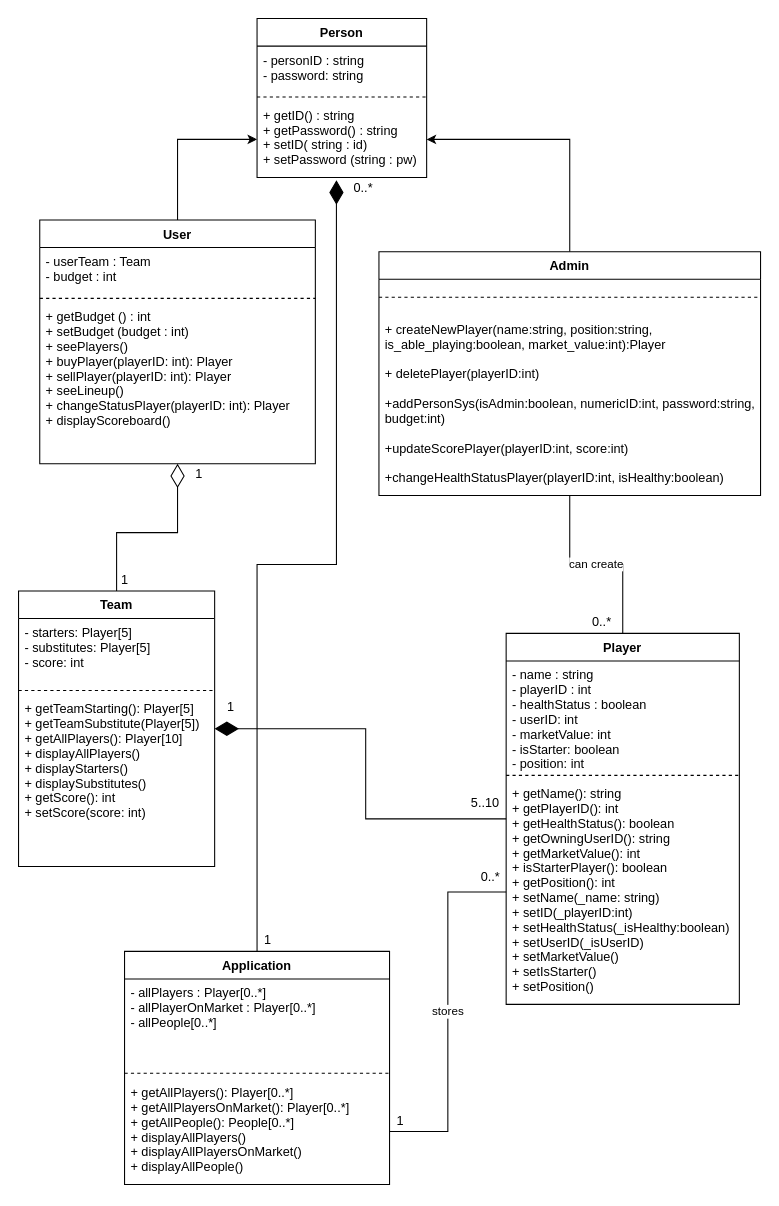
Earlier version of the draw.io diagram docs/Fantasy_league.drawio (SemjonEschweiler/fantasy_league). Source tidied: cells renumbered, new cells numbered last; positions are measured from the earlier drawing's top-left corner, leaving out a move shared by most shapes. Both pictures are drawn from the tidied source at 106%, with x=0, y=0 at pixel (18, 18).
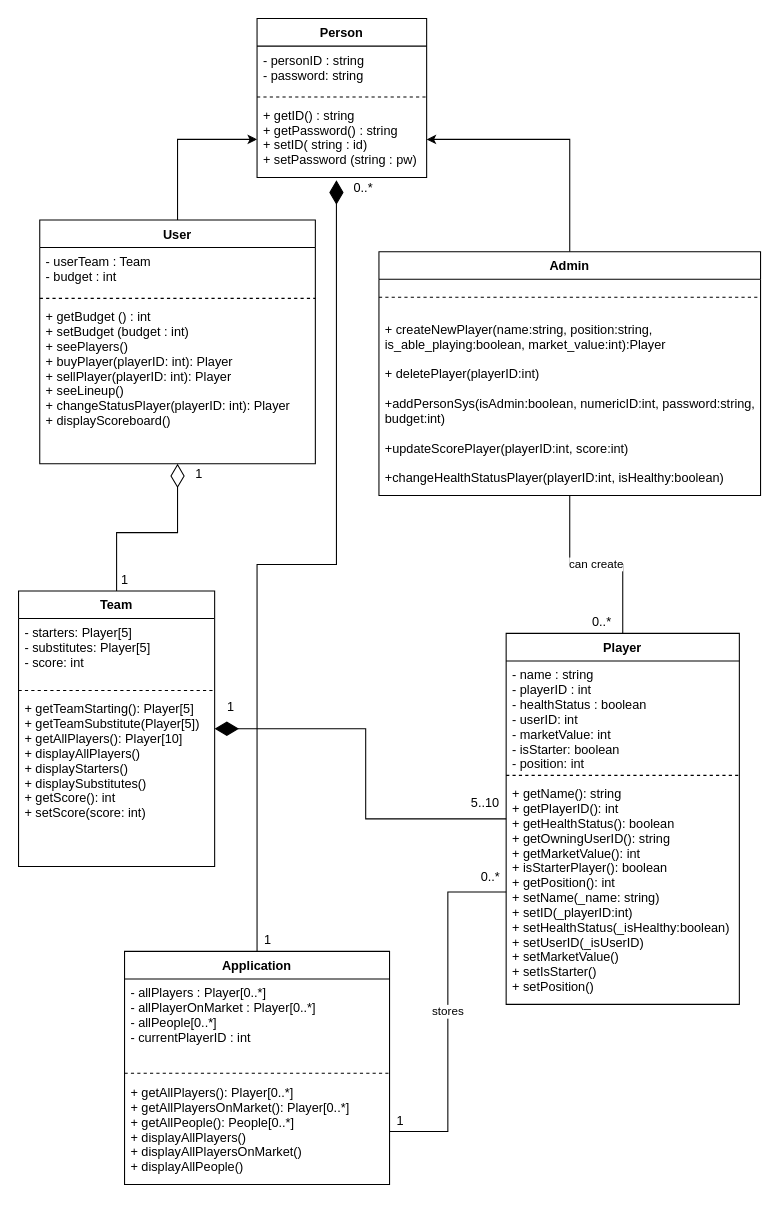
Above is the later version.

Unchanged cells that the change refers to:
```xml
<mxCell id="22" value="Application" style="swimlane;fontStyle=1;align=center;verticalAlign=top;horizontal=1;startSize=26;" parent="1" vertex="1">
  <mxGeometry x="100" y="880" width="250" height="220" as="geometry" />
</mxCell>
```

Change to the diagram source:
```diff
@@
-    <mxCell id="23" value="- allPlayers : Player[0..*]&#10;- allPlayerOnMarket : Player[0..*]&#10;- allPeople[0..*]&#10;" style="text;strokeColor=none;fillColor=none;align=left;verticalAlign=top;spacingLeft=4;spacingRight=4;overflow=hidden;" parent="22" vertex="1">
+    <mxCell id="23" value="- allPlayers : Player[0..*]&#10;- allPlayerOnMarket : Player[0..*]&#10;- allPeople[0..*]&#10;- currentPlayerID : int&#10;&#10;" style="text;strokeColor=none;fillColor=none;align=left;verticalAlign=top;spacingLeft=4;spacingRight=4;overflow=hidden;" parent="22" vertex="1">
       <mxGeometry y="26" width="250" height="84" as="geometry" />
     </mxCell>
```
